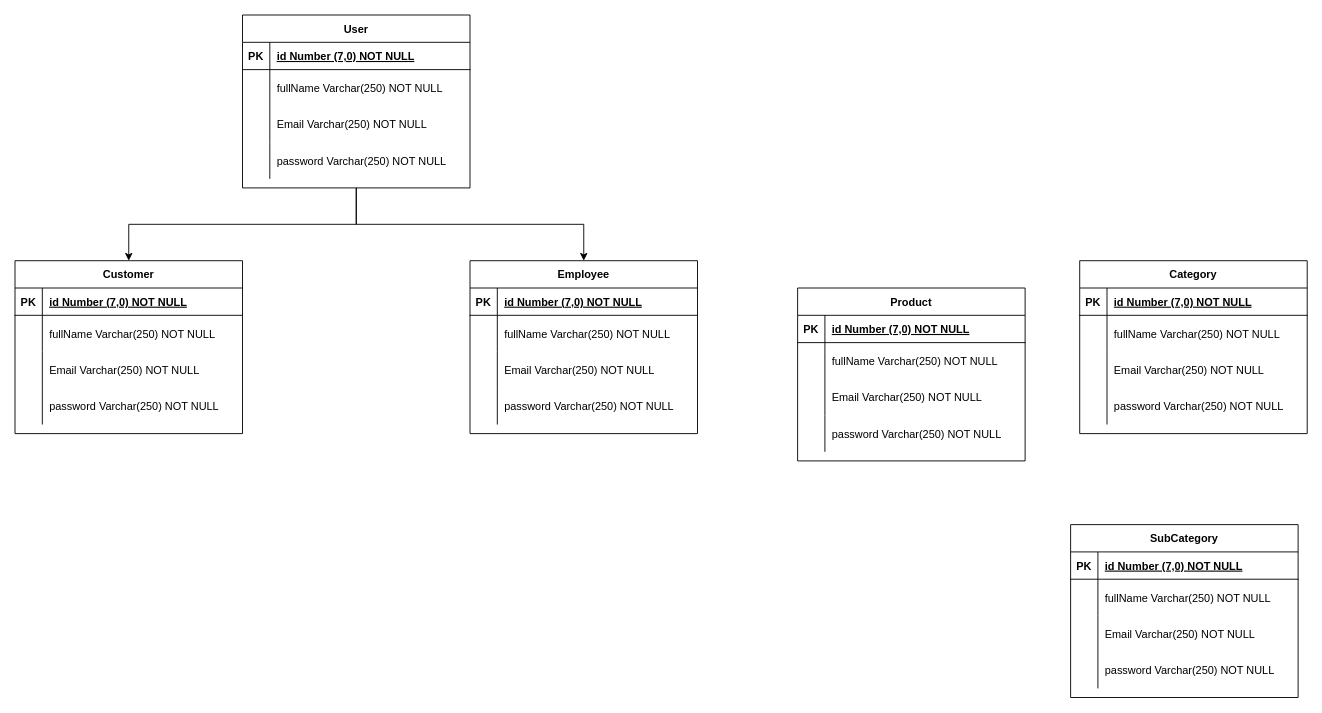
Earlier version of the draw.io diagram SuperMarketModeling.drawio (AlysonGJorge/SuperMarket-Backend-NestJs). Source tidied: cells renumbered, new cells numbered last; positions are measured from the earlier drawing's top-left corner, leaving out a move shared by most shapes. Both pictures are drawn from the tidied source at 91%, with x=0, y=0 at pixel (15, 15).
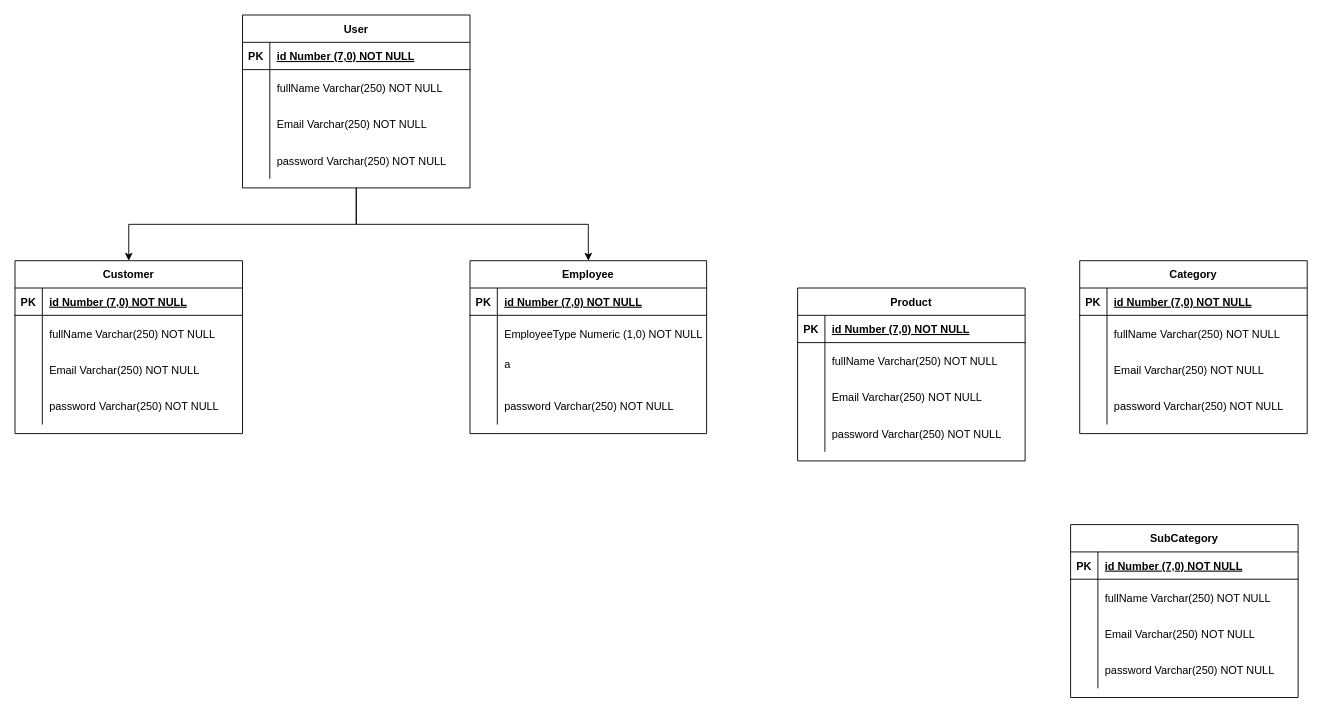
Above is the later version.

What changed in the source:
```diff
@@
     <mxCell id="30" value="Employee" style="shape=table;startSize=30;childLayout=tableLayout;rowLines=0;fontStyle=1;align=center;" parent="1" vertex="1">
-      <mxGeometry x="500" y="270" width="250" height="190" as="geometry" />
+      <mxGeometry x="500" y="270" width="260" height="190" as="geometry" />
     </mxCell>
     <mxCell id="31" style="shape=partialRectangle;fillColor=none;top=0;left=0;right=0;bottom=1;" parent="30" vertex="1">
-      <mxGeometry y="30" width="250" height="30" as="geometry" />
+      <mxGeometry y="30" width="260" height="30" as="geometry" />
     </mxCell>
@@
     <mxCell id="33" value="id Number (7,0) NOT NULL" style="shape=partialRectangle;overflow=hidden;fillColor=none;top=0;left=0;bottom=0;right=0;align=left;spacingLeft=6;fontStyle=5;" parent="31" vertex="1">
-      <mxGeometry x="30" width="220" height="30" as="geometry" />
+      <mxGeometry x="30" width="230" height="30" as="geometry" />
     </mxCell>
     <mxCell id="34" style="shape=partialRectangle;fillColor=none;top=0;left=0;right=0;bottom=0;" parent="30" vertex="1">
-      <mxGeometry y="60" width="250" height="40" as="geometry" />
+      <mxGeometry y="60" width="260" height="40" as="geometry" />
     </mxCell>
@@
-    <mxCell id="36" value="fullName Varchar(250) NOT NULL" style="shape=partialRectangle;overflow=hidden;fillColor=none;top=0;left=0;bottom=0;right=0;align=left;spacingLeft=6;" parent="34" vertex="1">
-      <mxGeometry x="30" width="220" height="40" as="geometry" />
+    <mxCell id="36" value="EmployeeType Numeric (1,0) NOT NULL" style="shape=partialRectangle;overflow=hidden;fillColor=none;top=0;left=0;bottom=0;right=0;align=left;spacingLeft=6;" parent="34" vertex="1">
+      <mxGeometry x="30" width="230" height="40" as="geometry" />
     </mxCell>
     <mxCell id="37" style="shape=partialRectangle;fillColor=none;top=0;left=0;right=0;bottom=0;" parent="30" vertex="1">
-      <mxGeometry y="100" width="250" height="40" as="geometry" />
+      <mxGeometry y="100" width="260" height="40" as="geometry" />
     </mxCell>
@@
-    <mxCell id="39" value="Email Varchar(250) NOT NULL" style="shape=partialRectangle;overflow=hidden;fillColor=none;top=0;left=0;bottom=0;right=0;align=left;spacingLeft=6;" parent="37" vertex="1">
-      <mxGeometry x="30" width="220" height="40" as="geometry" />
+    <mxCell id="39" value="a&#10;" style="shape=partialRectangle;overflow=hidden;fillColor=none;top=0;left=0;bottom=0;right=0;align=left;spacingLeft=6;" parent="37" vertex="1">
+      <mxGeometry x="30" width="230" height="40" as="geometry" />
     </mxCell>
     <mxCell id="40" style="shape=partialRectangle;fillColor=none;top=0;left=0;right=0;bottom=0;" parent="30" vertex="1">
-      <mxGeometry y="140" width="250" height="40" as="geometry" />
+      <mxGeometry y="140" width="260" height="40" as="geometry" />
     </mxCell>
@@
     <mxCell id="42" value="password Varchar(250) NOT NULL" style="shape=partialRectangle;overflow=hidden;fillColor=none;top=0;left=0;bottom=0;right=0;align=left;spacingLeft=6;" parent="40" vertex="1">
-      <mxGeometry x="30" width="220" height="40" as="geometry" />
+      <mxGeometry x="30" width="230" height="40" as="geometry" />
     </mxCell>
```
